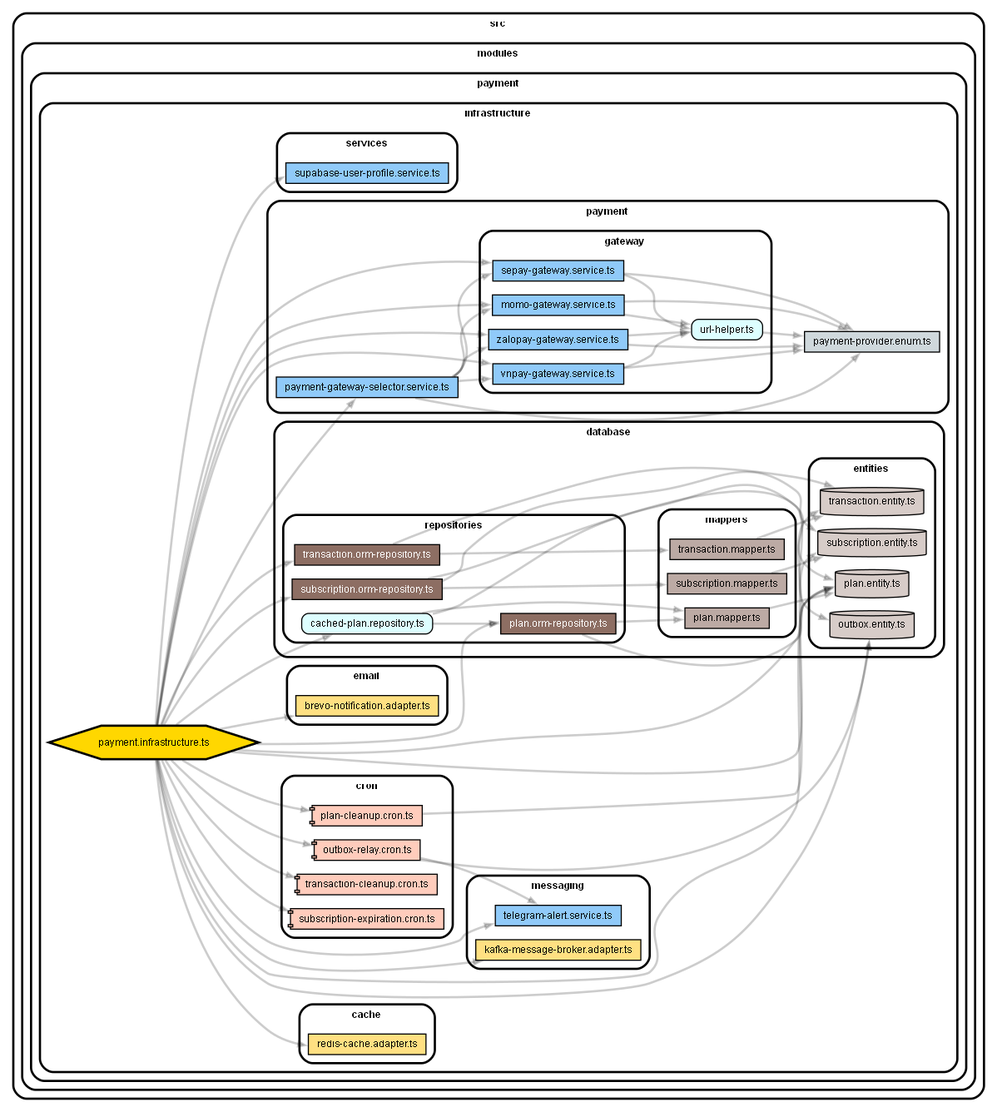
This is docs/pictures/architecture-infrastructure.png from 20206205Tech/code-payment-service, a Graphviz export, as it was before one commit. Its source is kept beside it as docs/pictures/architecture-infrastructure.dot.
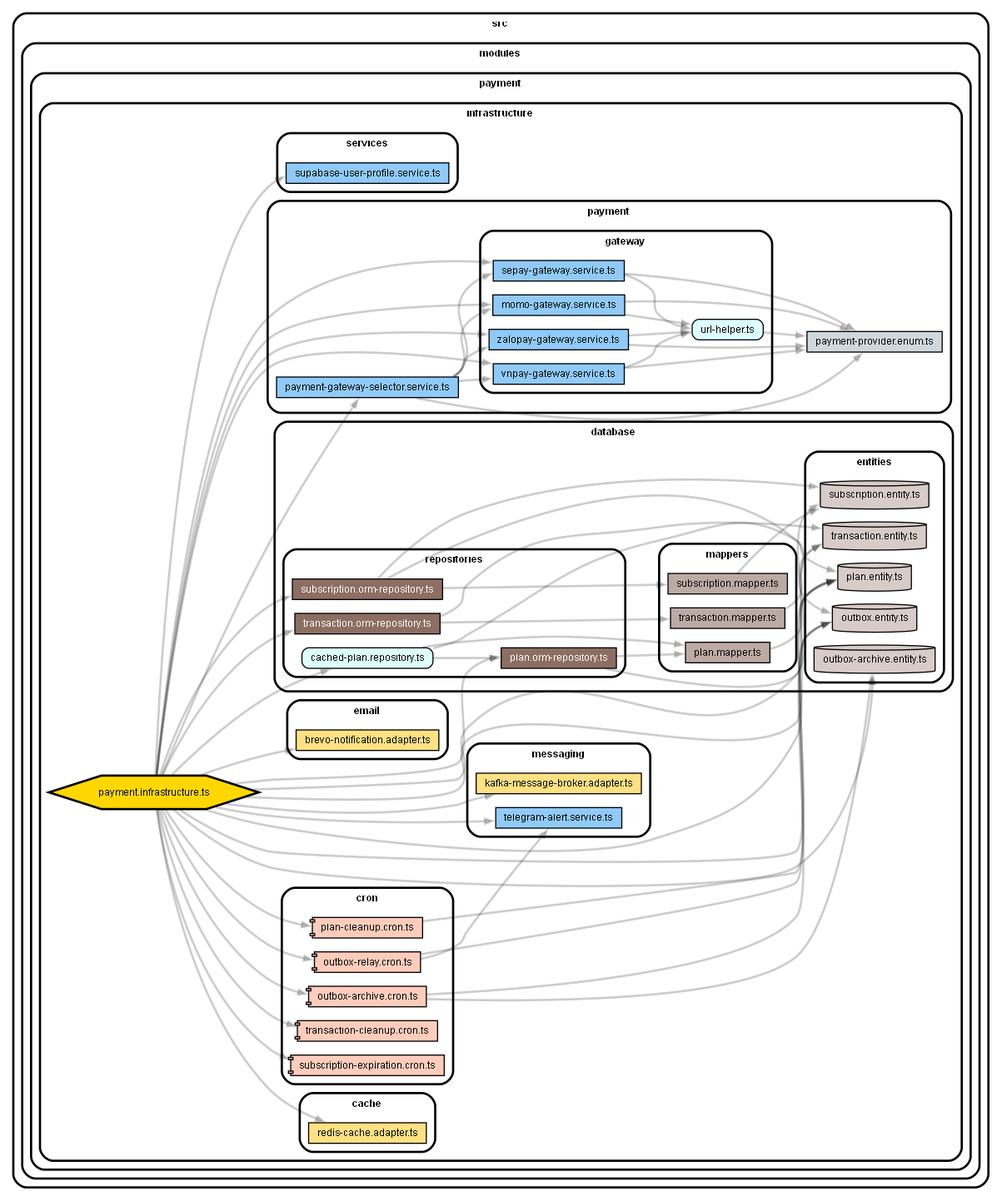
After the change.

Commit message:
outbox_messages_archive (#63)

The edit, as a diff of the source:
```diff
@@ -4,6 +4,9 @@
     edge [arrowhead="normal" arrowsize="0.6" penwidth="2.0" color="#00000033" fontname="Helvetica" fontsize="9"]
 
     subgraph "cluster_src" {label="src" subgraph "cluster_src/modules" {label="modules" subgraph "cluster_src/modules/payment" {label="payment" subgraph "cluster_src/modules/payment/infrastructure" {label="infrastructure" subgraph "cluster_src/modules/payment/infrastructure/cache" {label="cache" "src/modules/payment/infrastructure/cache/redis-cache.adapter.ts" [label=<redis-cache.adapter.ts> tooltip="redis-cache.adapter.ts" URL="src/modules/payment/infrastructure/cache/redis-cache.adapter.ts" fillcolor="#ffe082" style="filled"] } } } } }
+    subgraph "cluster_src" {label="src" subgraph "cluster_src/modules" {label="modules" subgraph "cluster_src/modules/payment" {label="payment" subgraph "cluster_src/modules/payment/infrastructure" {label="infrastructure" subgraph "cluster_src/modules/payment/infrastructure/cron" {label="cron" "src/modules/payment/infrastructure/cron/outbox-archive.cron.ts" [label=<outbox-archive.cron.ts> tooltip="outbox-archive.cron.ts" URL="src/modules/payment/infrastructure/cron/outbox-archive.cron.ts" fillcolor="#ffccbc" style="filled" shape="component"] } } } } }
+    "src/modules/payment/infrastructure/cron/outbox-archive.cron.ts" -> "src/modules/payment/infrastructure/database/entities/outbox-archive.entity.ts"
+    "src/modules/payment/infrastructure/cron/outbox-archive.cron.ts" -> "src/modules/payment/infrastructure/database/entities/outbox.entity.ts"
     subgraph "cluster_src" {label="src" subgraph "cluster_src/modules" {label="modules" subgraph "cluster_src/modules/payment" {label="payment" subgraph "cluster_src/modules/payment/infrastructure" {label="infrastructure" subgraph "cluster_src/modules/payment/infrastructure/cron" {label="cron" "src/modules/payment/infrastructure/cron/outbox-relay.cron.ts" [label=<outbox-relay.cron.ts> tooltip="outbox-relay.cron.ts" URL="src/modules/payment/infrastructure/cron/outbox-relay.cron.ts" fillcolor="#ffccbc" style="filled" shape="component"] } } } } }
     "src/modules/payment/infrastructure/cron/outbox-relay.cron.ts" -> "src/modules/payment/infrastructure/database/entities/outbox.entity.ts"
     "src/modules/payment/infrastructure/cron/outbox-relay.cron.ts" -> "src/modules/payment/infrastructure/messaging/telegram-alert.service.ts"
@@ -11,6 +14,7 @@
     "src/modules/payment/infrastructure/cron/plan-cleanup.cron.ts" -> "src/modules/payment/infrastructure/database/entities/plan.entity.ts"
     subgraph "cluster_src" {label="src" subgraph "cluster_src/modules" {label="modules" subgraph "cluster_src/modules/payment" {label="payment" subgraph "cluster_src/modules/payment/infrastructure" {label="infrastructure" subgraph "cluster_src/modules/payment/infrastructure/cron" {label="cron" "src/modules/payment/infrastructure/cron/subscription-expiration.cron.ts" [label=<subscription-expiration.cron.ts> tooltip="subscription-expiration.cron.ts" URL="src/modules/payment/infrastructure/cron/subscription-expiration.cron.ts" fillcolor="#ffccbc" style="filled" shape="component"] } } } } }
     subgraph "cluster_src" {label="src" subgraph "cluster_src/modules" {label="modules" subgraph "cluster_src/modules/payment" {label="payment" subgraph "cluster_src/modules/payment/infrastructure" {label="infrastructure" subgraph "cluster_src/modules/payment/infrastructure/cron" {label="cron" "src/modules/payment/infrastructure/cron/transaction-cleanup.cron.ts" [label=<transaction-cleanup.cron.ts> tooltip="transaction-cleanup.cron.ts" URL="src/modules/payment/infrastructure/cron/transaction-cleanup.cron.ts" fillcolor="#ffccbc" style="filled" shape="component"] } } } } }
+    subgraph "cluster_src" {label="src" subgraph "cluster_src/modules" {label="modules" subgraph "cluster_src/modules/payment" {label="payment" subgraph "cluster_src/modules/payment/infrastructure" {label="infrastructure" subgraph "cluster_src/modules/payment/infrastructure/database" {label="database" subgraph "cluster_src/modules/payment/infrastructure/database/entities" {label="entities" "src/modules/payment/infrastructure/database/entities/outbox-archive.entity.ts" [label=<outbox-archive.entity.ts> tooltip="outbox-archive.entity.ts" URL="src/modules/payment/infrastructure/database/entities/outbox-archive.entity.ts" fillcolor="#d7ccc8" style="filled" shape="cylinder"] } } } } } }
     subgraph "cluster_src" {label="src" subgraph "cluster_src/modules" {label="modules" subgraph "cluster_src/modules/payment" {label="payment" subgraph "cluster_src/modules/payment/infrastructure" {label="infrastructure" subgraph "cluster_src/modules/payment/infrastructure/database" {label="database" subgraph "cluster_src/modules/payment/infrastructure/database/entities" {label="entities" "src/modules/payment/infrastructure/database/entities/outbox.entity.ts" [label=<outbox.entity.ts> tooltip="outbox.entity.ts" URL="src/modules/payment/infrastructure/database/entities/outbox.entity.ts" fillcolor="#d7ccc8" style="filled" shape="cylinder"] } } } } } }
     subgraph "cluster_src" {label="src" subgraph "cluster_src/modules" {label="modules" subgraph "cluster_src/modules/payment" {label="payment" subgraph "cluster_src/modules/payment/infrastructure" {label="infrastructure" subgraph "cluster_src/modules/payment/infrastructure/database" {label="database" subgraph "cluster_src/modules/payment/infrastructure/database/entities" {label="entities" "src/modules/payment/infrastructure/database/entities/plan.entity.ts" [label=<plan.entity.ts> tooltip="plan.entity.ts" URL="src/modules/payment/infrastructure/database/entities/plan.entity.ts" fillcolor="#d7ccc8" style="filled" shape="cylinder"] } } } } } }
     subgraph "cluster_src" {label="src" subgraph "cluster_src/modules" {label="modules" subgraph "cluster_src/modules/payment" {label="payment" subgraph "cluster_src/modules/payment/infrastructure" {label="infrastructure" subgraph "cluster_src/modules/payment/infrastructure/database" {label="database" subgraph "cluster_src/modules/payment/infrastructure/database/entities" {label="entities" "src/modules/payment/infrastructure/database/entities/subscription.entity.ts" [label=<subscription.entity.ts> tooltip="subscription.entity.ts" URL="src/modules/payment/infrastructure/database/entities/subscription.entity.ts" fillcolor="#d7ccc8" style="filled" shape="cylinder"] } } } } } }
@@ -40,10 +44,12 @@
     subgraph "cluster_src" {label="src" subgraph "cluster_src/modules" {label="modules" subgraph "cluster_src/modules/payment" {label="payment" subgraph "cluster_src/modules/payment/infrastructure" {label="infrastructure" subgraph "cluster_src/modules/payment/infrastructure/messaging" {label="messaging" "src/modules/payment/infrastructure/messaging/telegram-alert.service.ts" [label=<telegram-alert.service.ts> tooltip="telegram-alert.service.ts" URL="src/modules/payment/infrastructure/messaging/telegram-alert.service.ts" fillcolor="#90caf9" style="filled"] } } } } }
     subgraph "cluster_src" {label="src" subgraph "cluster_src/modules" {label="modules" subgraph "cluster_src/modules/payment" {label="payment" subgraph "cluster_src/modules/payment/infrastructure" {label="infrastructure" "src/modules/payment/infrastructure/payment.infrastructure.ts" [label=<payment.infrastructure.ts> tooltip="payment.infrastructure.ts" URL="src/modules/payment/infrastructure/payment.infrastructure.ts" fillcolor="#ffd700" style="filled" shape="hexagon" penwidth="2"] } } } }
     "src/modules/payment/infrastructure/payment.infrastructure.ts" -> "src/modules/payment/infrastructure/cache/redis-cache.adapter.ts"
+    "src/modules/payment/infrastructure/payment.infrastructure.ts" -> "src/modules/payment/infrastructure/cron/outbox-archive.cron.ts"
     "src/modules/payment/infrastructure/payment.infrastructure.ts" -> "src/modules/payment/infrastructure/cron/outbox-relay.cron.ts"
     "src/modules/payment/infrastructure/payment.infrastructure.ts" -> "src/modules/payment/infrastructure/cron/plan-cleanup.cron.ts"
     "src/modules/payment/infrastructure/payment.infrastructure.ts" -> "src/modules/payment/infrastructure/cron/subscription-expiration.cron.ts"
     "src/modules/payment/infrastructure/payment.infrastructure.ts" -> "src/modules/payment/infrastructure/cron/transaction-cleanup.cron.ts"
+    "src/modules/payment/infrastructure/payment.infrastructure.ts" -> "src/modules/payment/infrastructure/database/entities/outbox-archive.entity.ts"
     "src/modules/payment/infrastructure/payment.infrastructure.ts" -> "src/modules/payment/infrastructure/database/entities/outbox.entity.ts"
     "src/modules/payment/infrastructure/payment.infrastructure.ts" -> "src/modules/payment/infrastructure/database/entities/plan.entity.ts"
     "src/modules/payment/infrastructure/payment.infrastructure.ts" -> "src/modules/payment/infrastructure/database/entities/subscription.entity.ts"
```
